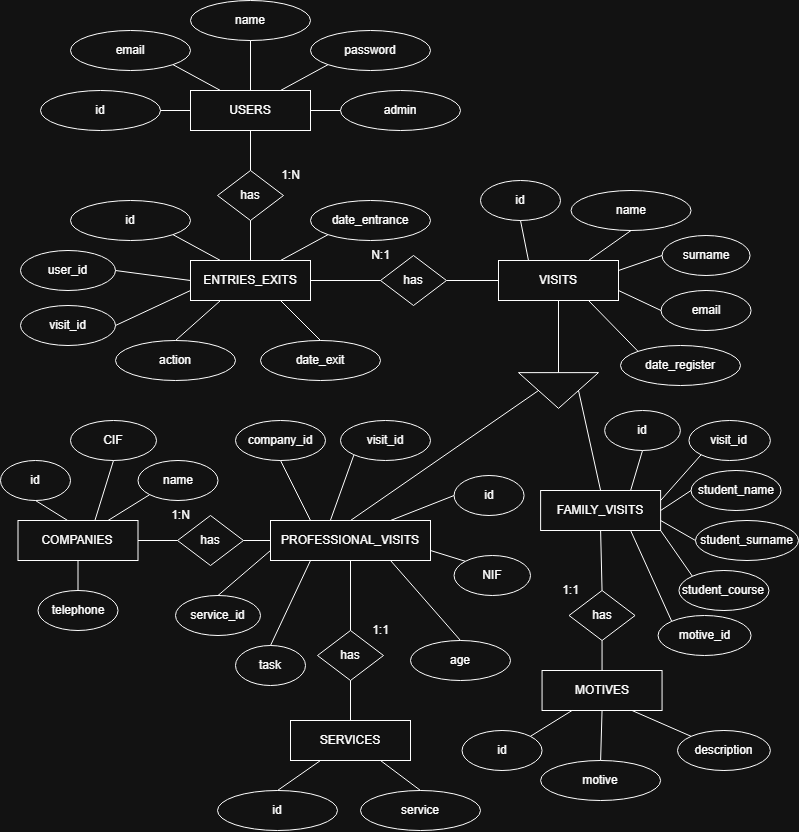
adrian-sullca/Secure-Visit-App keeps this draw.io diagram as backend/public/DiagramaERSecureVisit.png. Above is the earlier version. Source tidied: cells renumbered, new cells last; positions are measured from the earlier drawing's top-left corner, leaving out a move shared by most shapes.
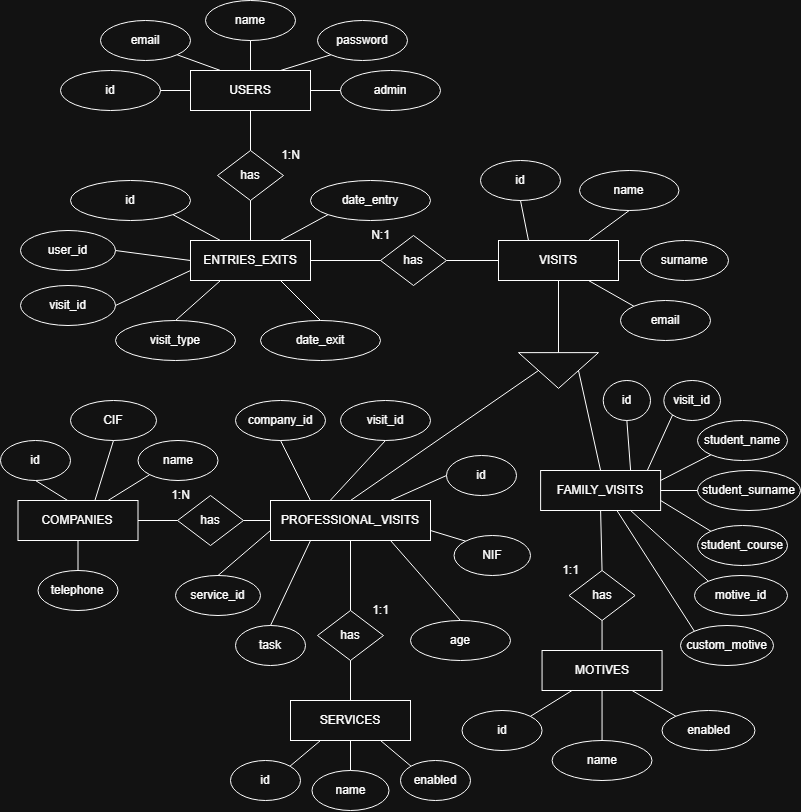
The same diagram one commit later.

Change to the diagram source:
```diff
@@ -6,19 +6,19 @@
       <mxGeometry x="190" y="90" width="120" height="40" as="geometry" />
     </mxCell>
     <mxCell id="3" value="id" style="ellipse;whiteSpace=wrap;html=1;" parent="1" vertex="1">
-      <mxGeometry x="40" y="90" width="120" height="40" as="geometry" />
+      <mxGeometry x="60" y="90" width="100" height="40" as="geometry" />
     </mxCell>
     <mxCell id="4" value="name" style="ellipse;whiteSpace=wrap;html=1;" parent="1" vertex="1">
-      <mxGeometry x="190" width="120" height="40" as="geometry" />
+      <mxGeometry x="205" y="20" width="90" height="40" as="geometry" />
     </mxCell>
     <mxCell id="5" value="email" style="ellipse;whiteSpace=wrap;html=1;" parent="1" vertex="1">
-      <mxGeometry x="70" y="30" width="120" height="40" as="geometry" />
+      <mxGeometry x="100" y="40" width="90" height="40" as="geometry" />
     </mxCell>
     <mxCell id="6" value="admin" style="ellipse;whiteSpace=wrap;html=1;" parent="1" vertex="1">
-      <mxGeometry x="340" y="90" width="120" height="40" as="geometry" />
+      <mxGeometry x="340" y="90" width="100" height="40" as="geometry" />
     </mxCell>
     <mxCell id="7" value="password" style="ellipse;whiteSpace=wrap;html=1;" parent="1" vertex="1">
-      <mxGeometry x="310" y="30" width="120" height="40" as="geometry" />
+      <mxGeometry x="317" y="40" width="90" height="40" as="geometry" />
     </mxCell>
     <mxCell id="8" style="endArrow=none;html=1;rounded=0;entryX=0.5;entryY=1;entryDx=0;entryDy=0;exitX=0.5;exitY=0;exitDx=0;exitDy=0;" parent="1" edge="1" source="2" target="4">
       <mxGeometry relative="1" as="geometry" />
@@ -44,7 +44,7 @@
     <mxCell id="15" value="visit_id" style="ellipse;whiteSpace=wrap;html=1;" parent="1" vertex="1">
       <mxGeometry x="20" y="305" width="95" height="40" as="geometry" />
     </mxCell>
-    <mxCell id="16" value="date_entrance" style="ellipse;whiteSpace=wrap;html=1;" parent="1" vertex="1">
+    <mxCell id="16" value="date_entry" style="ellipse;whiteSpace=wrap;html=1;" parent="1" vertex="1">
       <mxGeometry x="310" y="200" width="120" height="40" as="geometry" />
     </mxCell>
     <mxCell id="17" value="date_exit" style="ellipse;whiteSpace=wrap;html=1;" parent="1" vertex="1">
@@ -53,7 +53,7 @@
     <mxCell id="18" value="user_id" style="ellipse;whiteSpace=wrap;html=1;" parent="1" vertex="1">
       <mxGeometry x="20" y="250" width="95" height="40" as="geometry" />
     </mxCell>
-    <mxCell id="19" value="action" style="ellipse;whiteSpace=wrap;html=1;" parent="1" vertex="1">
+    <mxCell id="19" value="visit_type" style="ellipse;whiteSpace=wrap;html=1;" parent="1" vertex="1">
       <mxGeometry x="115" y="340" width="120" height="40" as="geometry" />
     </mxCell>
     <mxCell id="20" value="has" style="rhombus;whiteSpace=wrap;html=1;" parent="1" vertex="1">
@@ -68,8 +68,8 @@
     <mxCell id="23" value="id" style="ellipse;whiteSpace=wrap;html=1;" parent="1" vertex="1">
       <mxGeometry x="461.6" y="730" width="80" height="40" as="geometry" />
     </mxCell>
-    <mxCell id="24" value="motive" style="ellipse;whiteSpace=wrap;html=1;" parent="1" vertex="1">
-      <mxGeometry x="540.1" y="760" width="120" height="40" as="geometry" />
+    <mxCell id="24" value="name" style="ellipse;whiteSpace=wrap;html=1;" parent="1" vertex="1">
+      <mxGeometry x="551.6" y="760" width="99.9" height="40" as="geometry" />
     </mxCell>
     <mxCell id="25" value="VISITS" style="rounded=0;whiteSpace=wrap;html=1;" parent="1" vertex="1">
       <mxGeometry x="498" y="260" width="120" height="40" as="geometry" />
@@ -81,17 +81,14 @@
       <mxGeometry x="480" y="180" width="80" height="40" as="geometry" />
     </mxCell>
     <mxCell id="28" value="name" style="ellipse;whiteSpace=wrap;html=1;" parent="1" vertex="1">
-      <mxGeometry x="570.6" y="190" width="120" height="40" as="geometry" />
+      <mxGeometry x="579" y="190" width="99.4" height="40" as="geometry" />
     </mxCell>
     <mxCell id="29" value="surname" style="ellipse;whiteSpace=wrap;html=1;" parent="1" vertex="1">
-      <mxGeometry x="661.6" y="235" width="88" height="40" as="geometry" />
+      <mxGeometry x="640" y="260" width="88" height="40" as="geometry" />
     </mxCell>
     <mxCell id="30" value="email" style="ellipse;whiteSpace=wrap;html=1;" parent="1" vertex="1">
-      <mxGeometry x="660.6" y="290" width="90" height="40" as="geometry" />
+      <mxGeometry x="620" y="320" width="90" height="40" as="geometry" />
     </mxCell>
-    <mxCell id="31" value="date_register" style="ellipse;whiteSpace=wrap;html=1;" parent="1" vertex="1">
-      <mxGeometry x="620" y="345" width="120" height="40" as="geometry" />
-    </mxCell>
     <mxCell id="32" style="triangle;whiteSpace=wrap;html=1;rotation=90;" parent="1" vertex="1">
       <mxGeometry x="540.1" y="350" width="35.8" height="80" as="geometry" />
     </mxCell>
@@ -102,25 +99,25 @@
       <mxGeometry x="270" y="520" width="160" height="40" as="geometry" />
     </mxCell>
     <mxCell id="35" value="student_name" style="ellipse;whiteSpace=wrap;html=1;" parent="1" vertex="1">
-      <mxGeometry x="690.6" y="470" width="90" height="40" as="geometry" />
+      <mxGeometry x="697" y="440" width="90" height="40" as="geometry" />
     </mxCell>
     <mxCell id="36" value="id" style="ellipse;whiteSpace=wrap;html=1;" parent="1" vertex="1">
-      <mxGeometry x="604.2" y="410" width="75.7" height="40" as="geometry" />
+      <mxGeometry x="602.7" y="400" width="47.3" height="40" as="geometry" />
     </mxCell>
     <mxCell id="37" value="visit_id" style="ellipse;whiteSpace=wrap;html=1;" parent="1" vertex="1">
-      <mxGeometry x="688.4" y="420" width="81.4" height="40" as="geometry" />
+      <mxGeometry x="663.3" y="400" width="56.7" height="40" as="geometry" />
     </mxCell>
     <mxCell id="38" value="student_course" style="ellipse;whiteSpace=wrap;html=1;" parent="1" vertex="1">
-      <mxGeometry x="678.4" y="570" width="90" height="40" as="geometry" />
+      <mxGeometry x="697" y="545" width="90" height="40" as="geometry" />
     </mxCell>
     <mxCell id="39" value="motive_id" style="ellipse;whiteSpace=wrap;html=1;" parent="1" vertex="1">
-      <mxGeometry x="657.6" y="615" width="93" height="40" as="geometry" />
+      <mxGeometry x="694" y="595" width="93" height="40" as="geometry" />
     </mxCell>
-    <mxCell id="40" value="description" style="ellipse;whiteSpace=wrap;html=1;" parent="1" vertex="1">
-      <mxGeometry x="677" y="730" width="92.9" height="40" as="geometry" />
+    <mxCell id="40" value="enabled" style="ellipse;whiteSpace=wrap;html=1;" parent="1" vertex="1">
+      <mxGeometry x="661.6" y="730" width="92.9" height="40" as="geometry" />
     </mxCell>
     <mxCell id="41" value="id" style="ellipse;whiteSpace=wrap;html=1;" parent="1" vertex="1">
-      <mxGeometry x="453.6" y="475" width="70" height="40" as="geometry" />
+      <mxGeometry x="446" y="475" width="70" height="40" as="geometry" />
     </mxCell>
     <mxCell id="42" value="visit_id" style="ellipse;whiteSpace=wrap;html=1;" parent="1" vertex="1">
       <mxGeometry x="340" y="420" width="90" height="40" as="geometry" />
@@ -185,15 +182,12 @@
     <mxCell id="62" style="endArrow=none;html=1;rounded=0;entryX=0.5;entryY=1;entryDx=0;entryDy=0;exitX=0.75;exitY=0;exitDx=0;exitDy=0;" parent="1" edge="1" source="25" target="28">
       <mxGeometry relative="1" as="geometry" />
     </mxCell>
-    <mxCell id="63" style="endArrow=none;html=1;rounded=0;entryX=0;entryY=0.5;entryDx=0;entryDy=0;exitX=1;exitY=0.25;exitDx=0;exitDy=0;" parent="1" edge="1" source="25" target="29">
+    <mxCell id="63" style="endArrow=none;html=1;rounded=0;entryX=0;entryY=0.5;entryDx=0;entryDy=0;exitX=1;exitY=0.5;exitDx=0;exitDy=0;" parent="1" edge="1" source="25" target="29">
       <mxGeometry relative="1" as="geometry" />
     </mxCell>
-    <mxCell id="64" style="endArrow=none;html=1;rounded=0;entryX=0;entryY=0.5;entryDx=0;entryDy=0;exitX=1;exitY=0.75;exitDx=0;exitDy=0;" parent="1" edge="1" source="25" target="30">
+    <mxCell id="64" style="endArrow=none;html=1;rounded=0;entryX=0;entryY=0;entryDx=0;entryDy=0;exitX=0.75;exitY=1;exitDx=0;exitDy=0;" parent="1" edge="1" source="25" target="30">
       <mxGeometry relative="1" as="geometry" />
     </mxCell>
-    <mxCell id="65" style="endArrow=none;html=1;rounded=0;entryX=0;entryY=0;entryDx=0;entryDy=0;exitX=0.75;exitY=1;exitDx=0;exitDy=0;" parent="1" edge="1" source="25" target="31">
-      <mxGeometry relative="1" as="geometry" />
-    </mxCell>
     <mxCell id="66" style="endArrow=none;html=1;rounded=0;entryX=0.5;entryY=0;entryDx=0;entryDy=0;exitX=0.5;exitY=0;exitDx=0;exitDy=0;" parent="1" edge="1" source="33" target="32">
       <mxGeometry relative="1" as="geometry" />
     </mxCell>
@@ -209,18 +203,17 @@
     <mxCell id="70" style="endArrow=none;html=1;rounded=0;entryX=0.5;entryY=1;entryDx=0;entryDy=0;exitX=0.75;exitY=0;exitDx=0;exitDy=0;" parent="1" edge="1" source="33" target="36">
       <mxGeometry relative="1" as="geometry" />
     </mxCell>
-    <mxCell id="71" style="endArrow=none;html=1;rounded=0;entryX=0;entryY=1;entryDx=0;entryDy=0;exitX=1;exitY=0.25;exitDx=0;exitDy=0;" parent="1" edge="1" source="33" target="37">
+    <mxCell id="71" style="endArrow=none;html=1;rounded=0;entryX=0;entryY=1;entryDx=0;entryDy=0;exitX=0.889;exitY=0;exitDx=0;exitDy=0;exitPerimeter=0;" parent="1" edge="1" source="33" target="37">
       <mxGeometry relative="1" as="geometry" />
     </mxCell>
-    <mxCell id="72" style="endArrow=none;html=1;rounded=0;entryX=0;entryY=0.5;entryDx=0;entryDy=0;exitX=1;exitY=0.5;exitDx=0;exitDy=0;" parent="1" edge="1" source="33" target="35">
-      <mxGeometry relative="1" as="geometry" />
+    <mxCell id="72" style="endArrow=none;html=1;rounded=0;entryX=0;entryY=1;entryDx=0;entryDy=0;" parent="1" edge="1" target="35">
+      <mxGeometry relative="1" as="geometry">
+        <mxPoint x="660" y="500" as="sourcePoint" />
+      </mxGeometry>
     </mxCell>
-    <mxCell id="73" style="endArrow=none;html=1;rounded=0;entryX=0;entryY=0;entryDx=0;entryDy=0;exitX=1;exitY=1;exitDx=0;exitDy=0;" parent="1" edge="1" source="33" target="38">
+    <mxCell id="73" style="endArrow=none;html=1;rounded=0;entryX=0;entryY=0;entryDx=0;entryDy=0;exitX=1;exitY=0.75;exitDx=0;exitDy=0;" parent="1" edge="1" source="33" target="38">
       <mxGeometry relative="1" as="geometry" />
     </mxCell>
-    <mxCell id="74" style="endArrow=none;html=1;rounded=0;entryX=0;entryY=0;entryDx=0;entryDy=0;exitX=0.75;exitY=1;exitDx=0;exitDy=0;" parent="1" edge="1" source="33" target="39">
-      <mxGeometry relative="1" as="geometry" />
-    </mxCell>
     <mxCell id="75" style="endArrow=none;html=1;rounded=0;entryX=0.5;entryY=0;entryDx=0;entryDy=0;exitX=0.5;exitY=1;exitDx=0;exitDy=0;" parent="1" edge="1" source="33" target="26">
       <mxGeometry relative="1" as="geometry" />
     </mxCell>
@@ -248,7 +241,7 @@
     <mxCell id="83" value="has" style="rhombus;whiteSpace=wrap;html=1;" parent="1" vertex="1">
       <mxGeometry x="177" y="515" width="66" height="50" as="geometry" />
     </mxCell>
-    <mxCell id="84" style="endArrow=none;html=1;rounded=0;entryX=0;entryY=1;entryDx=0;entryDy=0;exitX=0.375;exitY=-0.01;exitDx=0;exitDy=0;exitPerimeter=0;" parent="1" edge="1" source="34" target="42">
+    <mxCell id="84" style="endArrow=none;html=1;rounded=0;entryX=0.5;entryY=1;entryDx=0;entryDy=0;exitX=0.375;exitY=-0.01;exitDx=0;exitDy=0;exitPerimeter=0;" parent="1" edge="1" source="34" target="42">
       <mxGeometry relative="1" as="geometry" />
     </mxCell>
     <mxCell id="85" style="endArrow=none;html=1;rounded=0;entryX=0;entryY=0;entryDx=0;entryDy=0;exitX=1;exitY=0.75;exitDx=0;exitDy=0;" parent="1" edge="1" source="34" target="43">
@@ -297,15 +290,15 @@
       <mxGeometry x="360" y="615" width="40" height="30" as="geometry" />
     </mxCell>
     <mxCell id="100" value="id" style="ellipse;whiteSpace=wrap;html=1;" parent="1" vertex="1">
-      <mxGeometry x="217" y="790" width="120" height="40" as="geometry" />
+      <mxGeometry x="230" y="780" width="70" height="40" as="geometry" />
     </mxCell>
-    <mxCell id="101" value="service" style="ellipse;whiteSpace=wrap;html=1;" parent="1" vertex="1">
-      <mxGeometry x="360" y="790" width="120" height="40" as="geometry" />
+    <mxCell id="101" value="name" style="ellipse;whiteSpace=wrap;html=1;" parent="1" vertex="1">
+      <mxGeometry x="311.5" y="790" width="77" height="40" as="geometry" />
     </mxCell>
-    <mxCell id="102" style="endArrow=none;html=1;rounded=0;entryX=0.75;entryY=1;entryDx=0;entryDy=0;exitX=0.5;exitY=0;exitDx=0;exitDy=0;" parent="1" edge="1" source="101" target="95">
+    <mxCell id="102" style="endArrow=none;html=1;rounded=0;entryX=0.5;entryY=1;entryDx=0;entryDy=0;exitX=0.5;exitY=0;exitDx=0;exitDy=0;" parent="1" edge="1" source="101" target="95">
       <mxGeometry relative="1" as="geometry" />
     </mxCell>
-    <mxCell id="103" style="endArrow=none;html=1;rounded=0;entryX=0.25;entryY=1;entryDx=0;entryDy=0;exitX=0.5;exitY=0;exitDx=0;exitDy=0;" parent="1" edge="1" source="100" target="95">
+    <mxCell id="103" style="endArrow=none;html=1;rounded=0;entryX=0.25;entryY=1;entryDx=0;entryDy=0;exitX=1;exitY=0;exitDx=0;exitDy=0;" parent="1" edge="1" source="100" target="95">
       <mxGeometry relative="1" as="geometry" />
     </mxCell>
     <mxCell id="104" value="id" style="ellipse;whiteSpace=wrap;html=1;" parent="1" vertex="1">
@@ -315,10 +308,12 @@
       <mxGeometry relative="1" as="geometry" />
     </mxCell>
     <mxCell id="106" value="student_surname" style="ellipse;whiteSpace=wrap;html=1;" parent="1" vertex="1">
-      <mxGeometry x="695" y="520" width="103" height="40" as="geometry" />
+      <mxGeometry x="697" y="490" width="103" height="40" as="geometry" />
     </mxCell>
-    <mxCell id="107" style="endArrow=none;html=1;rounded=0;entryX=0;entryY=0.5;entryDx=0;entryDy=0;exitX=1;exitY=0.75;exitDx=0;exitDy=0;" parent="1" edge="1" source="33" target="106">
-      <mxGeometry relative="1" as="geometry" />
+    <mxCell id="107" style="endArrow=none;html=1;rounded=0;entryX=0;entryY=0.5;entryDx=0;entryDy=0;" parent="1" edge="1" target="106">
+      <mxGeometry relative="1" as="geometry">
+        <mxPoint x="660" y="510" as="sourcePoint" />
+      </mxGeometry>
     </mxCell>
     <mxCell id="108" value="company_id" style="ellipse;whiteSpace=wrap;html=1;" parent="1" vertex="1">
       <mxGeometry x="235" y="420" width="90" height="40" as="geometry" />
@@ -326,5 +321,20 @@
     <mxCell id="109" style="endArrow=none;html=1;rounded=0;entryX=0.5;entryY=1;entryDx=0;entryDy=0;exitX=0.25;exitY=0;exitDx=0;exitDy=0;" parent="1" edge="1" source="34" target="108">
       <mxGeometry relative="1" as="geometry" />
     </mxCell>
+    <mxCell id="110" value="enabled" style="ellipse;whiteSpace=wrap;html=1;" parent="1" vertex="1">
+      <mxGeometry x="400" y="780" width="70" height="40" as="geometry" />
+    </mxCell>
+    <mxCell id="111" style="endArrow=none;html=1;rounded=0;entryX=0.75;entryY=1;entryDx=0;entryDy=0;exitX=0;exitY=0;exitDx=0;exitDy=0;" parent="1" edge="1" source="110" target="95">
+      <mxGeometry relative="1" as="geometry" />
+    </mxCell>
+    <mxCell id="112" value="custom_motive" style="ellipse;whiteSpace=wrap;html=1;" parent="1" vertex="1">
+      <mxGeometry x="680" y="645" width="93" height="40" as="geometry" />
+    </mxCell>
+    <mxCell id="113" style="endArrow=none;html=1;rounded=0;entryX=0;entryY=0;entryDx=0;entryDy=0;exitX=0.636;exitY=1;exitDx=0;exitDy=0;exitPerimeter=0;" parent="1" edge="1" source="33" target="112">
+      <mxGeometry relative="1" as="geometry" />
+    </mxCell>
+    <mxCell id="74" style="endArrow=none;html=1;rounded=0;entryX=0;entryY=0;entryDx=0;entryDy=0;exitX=0.75;exitY=1;exitDx=0;exitDy=0;" parent="1" edge="1" source="33" target="39">
+      <mxGeometry relative="1" as="geometry" />
+    </mxCell>
   </root>
 </mxGraphModel>
```
